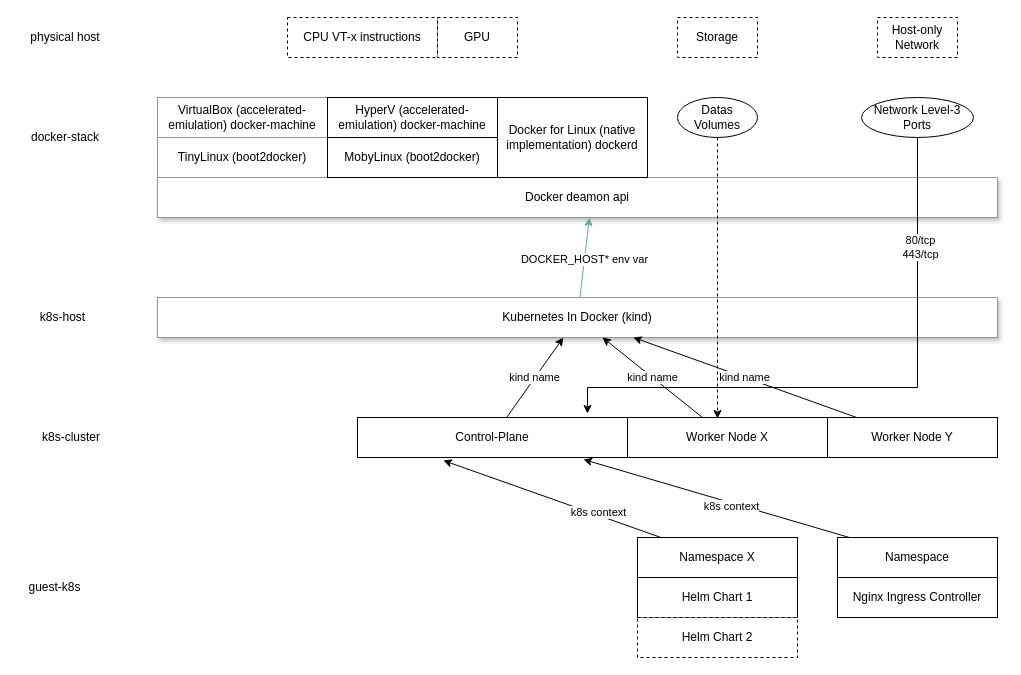
Before: page "20.6.17-Builder Host" (1 of 3) of docs/20.6-architecture.drawio in krux-raoui/k-workspace, a draw.io diagram. Source tidied: cells renumbered, new cells numbered last; positions are measured from the earlier drawing's top-left corner, leaving out a move shared by most shapes. Both pictures are drawn from the tidied source at 100%, with x=0, y=0 at pixel (17, 17).
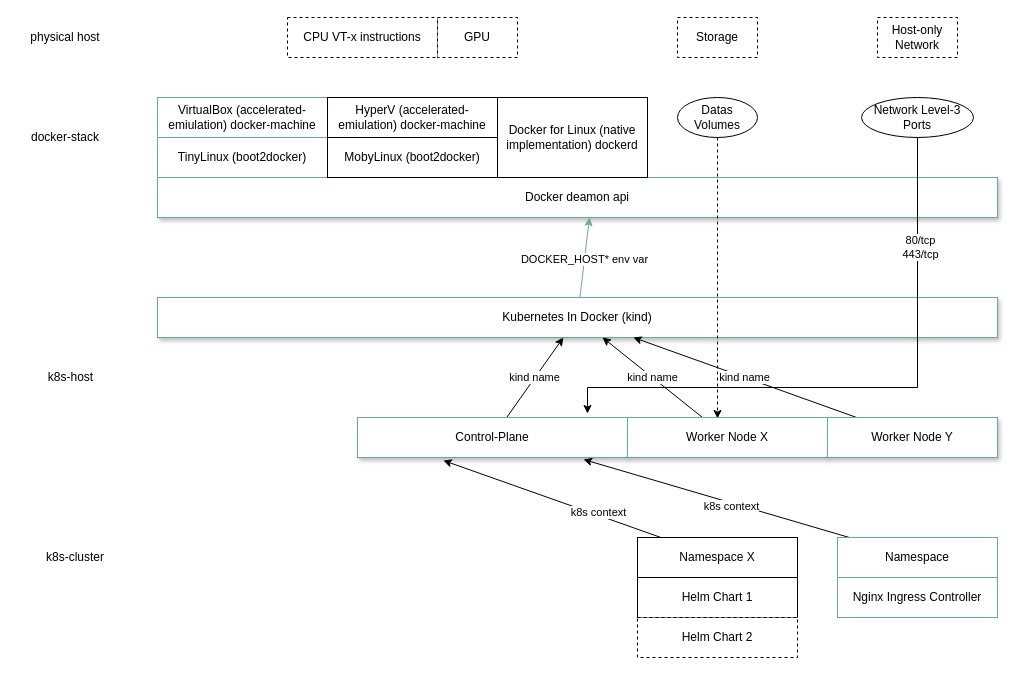
The same diagram, later.

Change to the diagram source:
```diff
@@
-    <mxCell id="10" value="Nginx Ingress Controller" style="rounded=0;whiteSpace=wrap;html=1;" parent="1" vertex="1">
+    <mxCell id="10" value="Nginx Ingress Controller" style="rounded=0;whiteSpace=wrap;html=1;shadow=0;strokeColor=#67AB9F;" parent="1" vertex="1">
       <mxGeometry x="820" y="560" width="160" height="40" as="geometry" />
     </mxCell>
@@
-    <mxCell id="17" value="Namespace" style="rounded=0;whiteSpace=wrap;html=1;fillColor=none;" parent="1" vertex="1">
+    <mxCell id="17" value="Namespace" style="rounded=0;whiteSpace=wrap;html=1;fillColor=none;shadow=0;strokeColor=#67AB9F;" parent="1" vertex="1">
       <mxGeometry x="820" y="520" width="160" height="40" as="geometry" />
     </mxCell>
@@
     <mxCell id="25" value="k8s-host" style="text;html=1;strokeColor=none;fillColor=none;align=center;verticalAlign=middle;whiteSpace=wrap;rounded=0;dashed=1;" parent="1" vertex="1">
-      <mxGeometry x="8" y="290" width="75" height="20" as="geometry" />
+      <mxGeometry x="16.2" y="350" width="75" height="20" as="geometry" />
     </mxCell>
-    <mxCell id="26" value="guest-k8s" style="text;html=1;strokeColor=none;fillColor=none;align=center;verticalAlign=middle;whiteSpace=wrap;rounded=0;dashed=1;" parent="1" vertex="1">
-      <mxGeometry y="560" width="75" height="20" as="geometry" />
-    </mxCell>
     <mxCell id="27" value="k8s-cluster" style="text;html=1;strokeColor=none;fillColor=none;align=center;verticalAlign=middle;whiteSpace=wrap;rounded=0;dashed=1;" parent="1" vertex="1">
-      <mxGeometry x="20" y="410" width="67.5" height="20" as="geometry" />
+      <mxGeometry x="23.8" y="530" width="67.5" height="20" as="geometry" />
     </mxCell>
@@
-    <mxCell id="33" value="Control-Plane" style="rounded=0;whiteSpace=wrap;html=1;" parent="1" vertex="1">
+    <mxCell id="33" value="Control-Plane" style="rounded=0;whiteSpace=wrap;html=1;shadow=1;strokeColor=#67AB9F;" parent="1" vertex="1">
       <mxGeometry x="340" y="400" width="270" height="40" as="geometry" />
     </mxCell>
@@
-    <mxCell id="35" value="Worker Node X" style="rounded=0;whiteSpace=wrap;html=1;" parent="1" vertex="1">
+    <mxCell id="35" value="Worker Node X" style="rounded=0;whiteSpace=wrap;html=1;shadow=1;strokeColor=#67AB9F;" parent="1" vertex="1">
       <mxGeometry x="610" y="400" width="200" height="40" as="geometry" />
     </mxCell>
@@
-    <mxCell id="37" value="Worker Node Y" style="rounded=0;whiteSpace=wrap;html=1;" parent="1" vertex="1">
+    <mxCell id="37" value="Worker Node Y" style="rounded=0;whiteSpace=wrap;html=1;shadow=1;strokeColor=#67AB9F;" parent="1" vertex="1">
       <mxGeometry x="810" y="400" width="170" height="40" as="geometry" />
     </mxCell>
```
